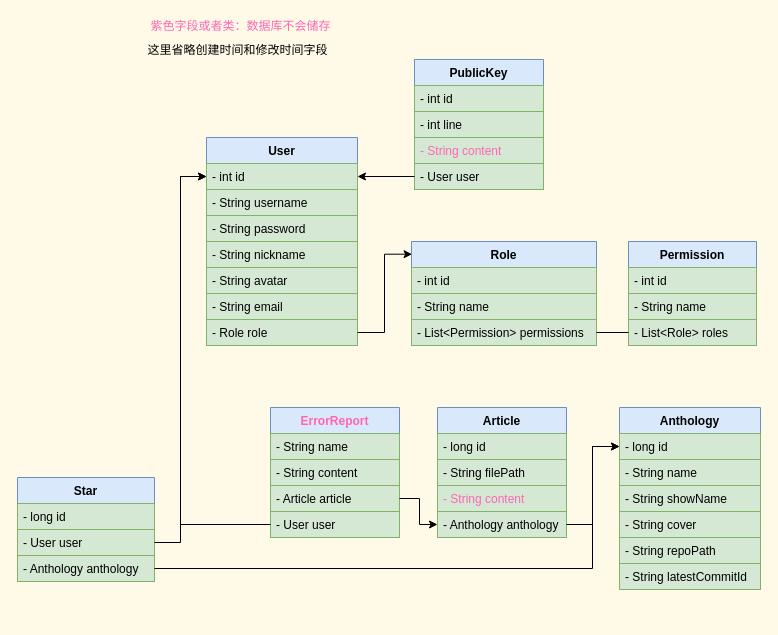
Above: page "类图" (1 of 2) of server-springboot/后端类图.dio in swsk33/git-document (draw.io), before the change. Source tidied: cells renumbered, new cells numbered last; positions are measured from the earlier drawing's top-left corner, leaving out a move shared by most shapes. Both pictures are drawn from the tidied source at 100%, with x=0, y=0 at pixel (17, 17).
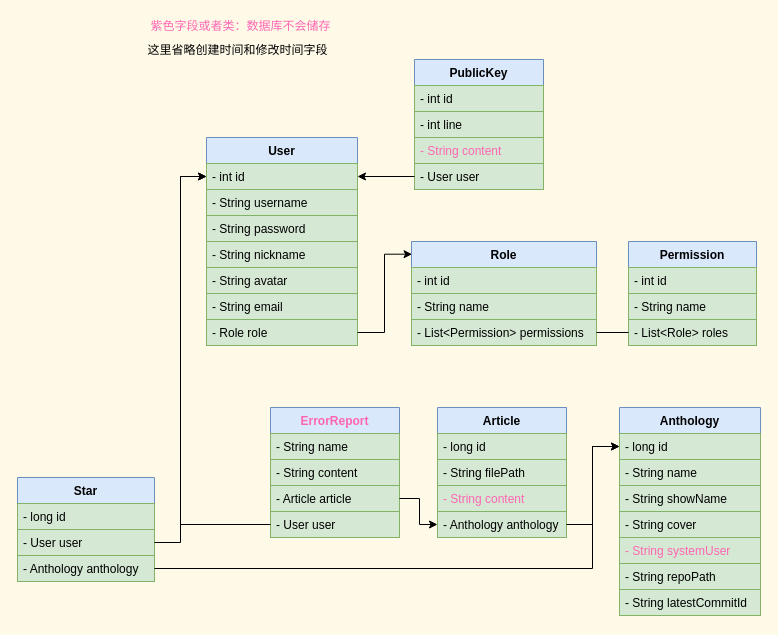
The same diagram, later.

What changed in the source:
```diff
@@
     <mxCell id="25" value="Anthology" style="swimlane;fontStyle=1;align=center;verticalAlign=top;horizontal=1;startSize=26;fillColor=#dae8fc;strokeColor=#6c8ebf;" parent="1" vertex="1">
-      <mxGeometry x="602" y="390" width="141" height="182" as="geometry" />
+      <mxGeometry x="602" y="390" width="141" height="208" as="geometry" />
     </mxCell>
@@
+    <mxCell id="54" value="- String systemUser" style="text;strokeColor=#82b366;fillColor=#d5e8d4;align=left;verticalAlign=top;spacingLeft=4;spacingRight=4;overflow=hidden;fontColor=#FF66B3;" parent="25" vertex="1">
+      <mxGeometry y="130" width="141" height="26" as="geometry" />
+    </mxCell>
     <mxCell id="30" value="- String repoPath" style="text;strokeColor=#82b366;fillColor=#d5e8d4;align=left;verticalAlign=top;spacingLeft=4;spacingRight=4;overflow=hidden;" parent="25" vertex="1">
-      <mxGeometry y="130" width="141" height="26" as="geometry" />
+      <mxGeometry y="156" width="141" height="26" as="geometry" />
     </mxCell>
     <mxCell id="31" value="- String latestCommitId" style="text;strokeColor=#82b366;fillColor=#d5e8d4;align=left;verticalAlign=top;spacingLeft=4;spacingRight=4;overflow=hidden;" parent="25" vertex="1">
-      <mxGeometry y="156" width="141" height="26" as="geometry" />
+      <mxGeometry y="182" width="141" height="26" as="geometry" />
     </mxCell>
```
